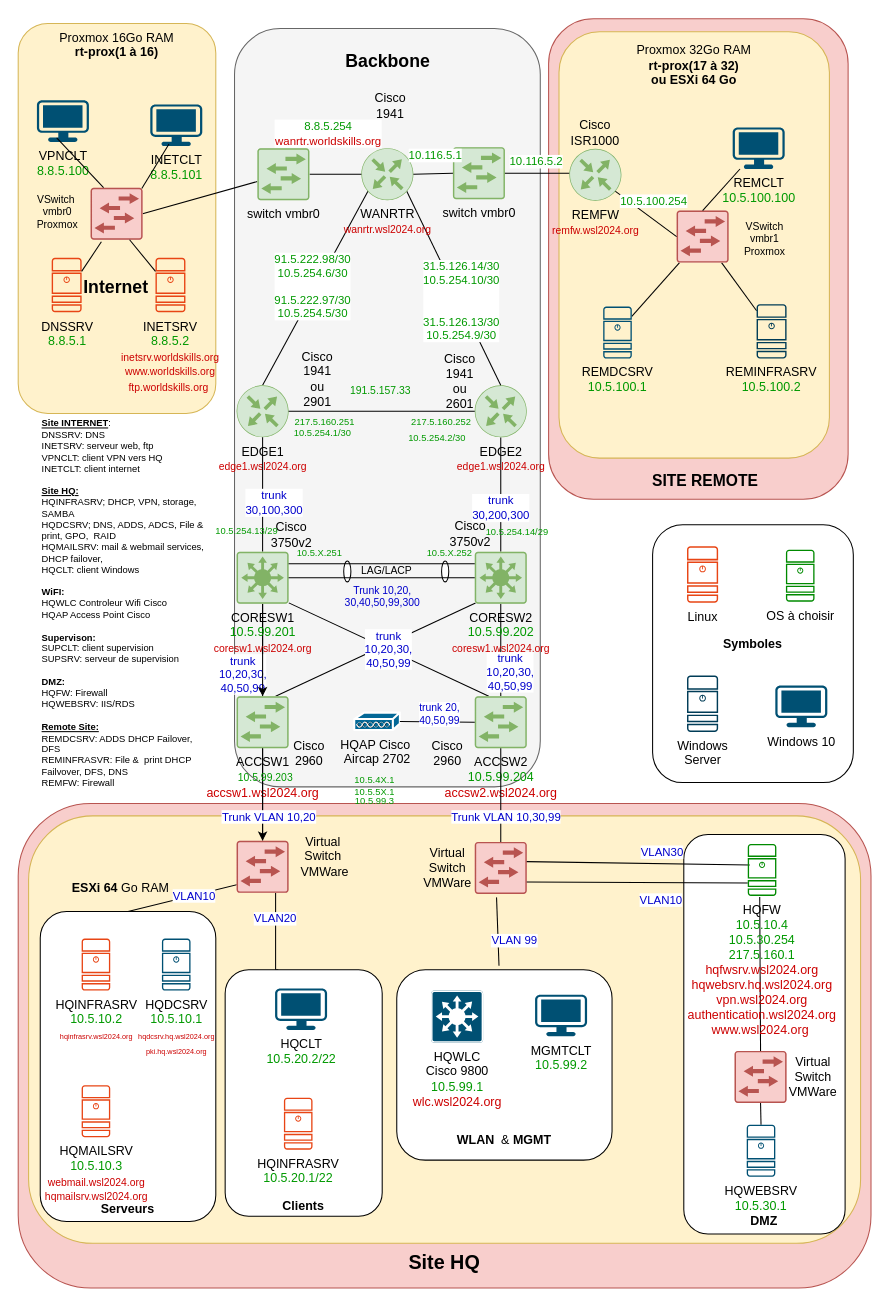
Above: page "Physical - Simplified" (1 of 6) of SAE501-2024-étudiants.drawio in Nayrekk/SAE501 (draw.io), before the change. Source tidied: cells renumbered, new cells numbered last; positions are measured from the earlier drawing's top-left corner, leaving out a move shared by most shapes. Both pictures are drawn from the tidied source at 104%, with x=0, y=0 at pixel (18, 19).
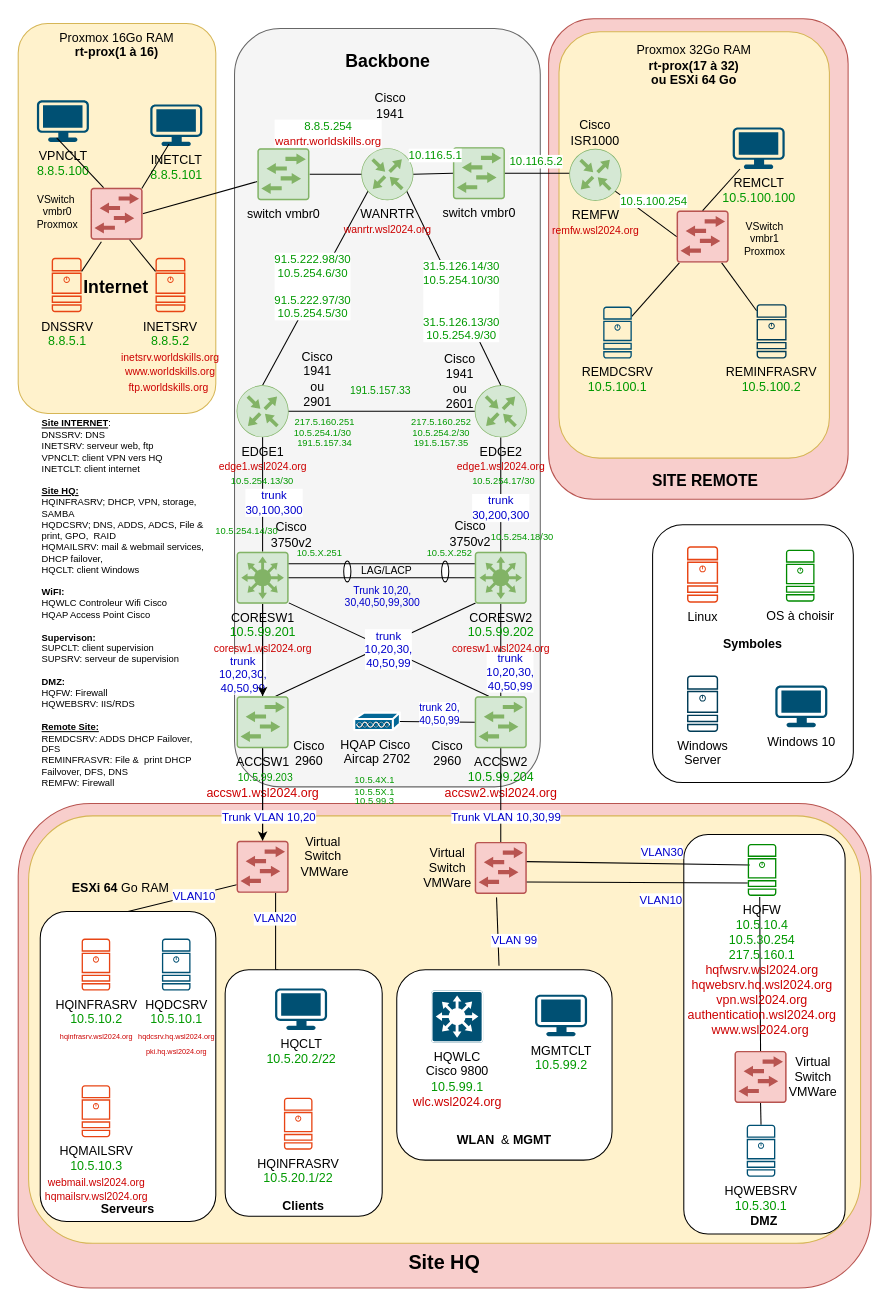
Above is the later version.

The edit, as a diff of the source:
```diff
@@
-    <mxCell id="118" value="&lt;font style=&quot;font-size: 9px;&quot;&gt;10.5.254.13/29&lt;/font&gt;" style="text;html=1;align=center;verticalAlign=middle;whiteSpace=wrap;rounded=0;fontColor=#009900;" parent="1" vertex="1">
+    <mxCell id="118" value="&lt;font style=&quot;font-size: 9px;&quot;&gt;10.5.254.14/30&lt;/font&gt;" style="text;html=1;align=center;verticalAlign=middle;whiteSpace=wrap;rounded=0;fontColor=#009900;" parent="1" vertex="1">
       <mxGeometry x="190" y="476" width="60" height="30" as="geometry" />
     </mxCell>
     <mxCell id="119" value="&lt;font color=&quot;#009900&quot; style=&quot;font-size: 9px;&quot;&gt;10.5.254.2/30&lt;/font&gt;" style="text;html=1;align=center;verticalAlign=middle;whiteSpace=wrap;rounded=0;" parent="1" vertex="1">
-      <mxGeometry x="373" y="387" width="60" height="30" as="geometry" />
+      <mxGeometry x="377" y="382" width="60" height="30" as="geometry" />
     </mxCell>
-    <mxCell id="120" value="&lt;font style=&quot;font-size: 9px;&quot;&gt;10.5.254.14/29&lt;/font&gt;" style="text;html=1;align=center;verticalAlign=middle;whiteSpace=wrap;rounded=0;fontColor=#009900;" parent="1" vertex="1">
-      <mxGeometry x="450" y="476.7" width="60" height="30" as="geometry" />
+    <mxCell id="120" value="&lt;font style=&quot;font-size: 9px;&quot;&gt;10.5.254.17/30&lt;/font&gt;" style="text;html=1;align=center;verticalAlign=middle;whiteSpace=wrap;rounded=0;fontColor=#009900;" parent="1" vertex="1">
+      <mxGeometry x="437" y="428" width="60" height="30" as="geometry" />
     </mxCell>
@@
+    <mxCell id="127" value="&lt;font style=&quot;font-size: 9px;&quot;&gt;10.5.254.13/30&lt;/font&gt;" style="text;html=1;align=center;verticalAlign=middle;whiteSpace=wrap;rounded=0;fontColor=#009900;" parent="1" vertex="1">
+      <mxGeometry x="205" y="428" width="60" height="30" as="geometry" />
+    </mxCell>
+    <mxCell id="128" value="&lt;font style=&quot;font-size: 9px;&quot;&gt;10.5.254.18/30&lt;/font&gt;" style="text;html=1;align=center;verticalAlign=middle;whiteSpace=wrap;rounded=0;fontColor=#009900;" parent="1" vertex="1">
+      <mxGeometry x="455" y="482" width="60" height="30" as="geometry" />
+    </mxCell>
+    <mxCell id="129" value="&lt;font color=&quot;#009900&quot; style=&quot;font-size: 9px;&quot;&gt;191.5.157.34&lt;/font&gt;" style="text;html=1;align=center;verticalAlign=middle;whiteSpace=wrap;rounded=0;" parent="1" vertex="1">
+      <mxGeometry x="265" y="392" width="60" height="30" as="geometry" />
+    </mxCell>
+    <mxCell id="130" value="&lt;font color=&quot;#009900&quot; style=&quot;font-size: 9px;&quot;&gt;191.5.157.35&lt;/font&gt;" style="text;html=1;align=center;verticalAlign=middle;whiteSpace=wrap;rounded=0;" parent="1" vertex="1">
+      <mxGeometry x="377" y="392" width="60" height="30" as="geometry" />
+    </mxCell>
```
